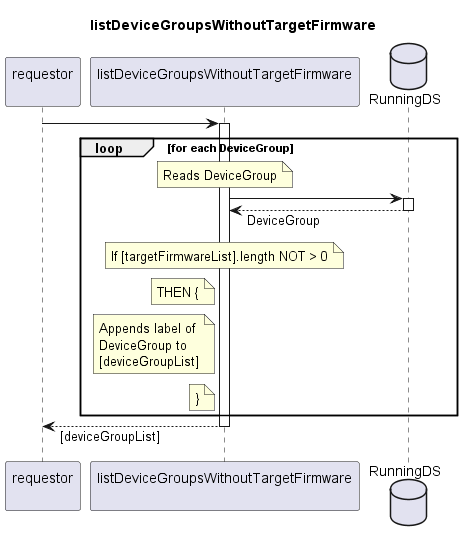
Above: spec/Services/listDeviceGroupsWithoutTargetFirmware/1.0.0/listDeviceGroupsWithoutTargetFirmware.png in openBackhaul/FirmWareManager (PlantUML), before the change.
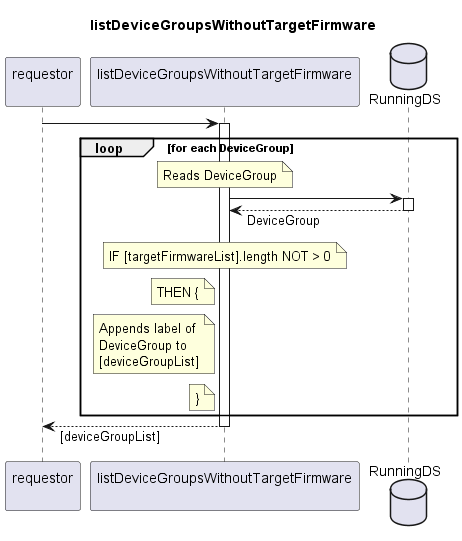
Later version of the same file.

Change to the diagram source:
```diff
@@ -21,7 +21,7 @@
     indServ <-- RunDS: DeviceGroup
     deactivate RunDS
     note over indServ
-      If [targetFirmwareList].length NOT > 0
+      IF [targetFirmwareList].length NOT > 0
     end note
     note left indServ
       THEN {
```
